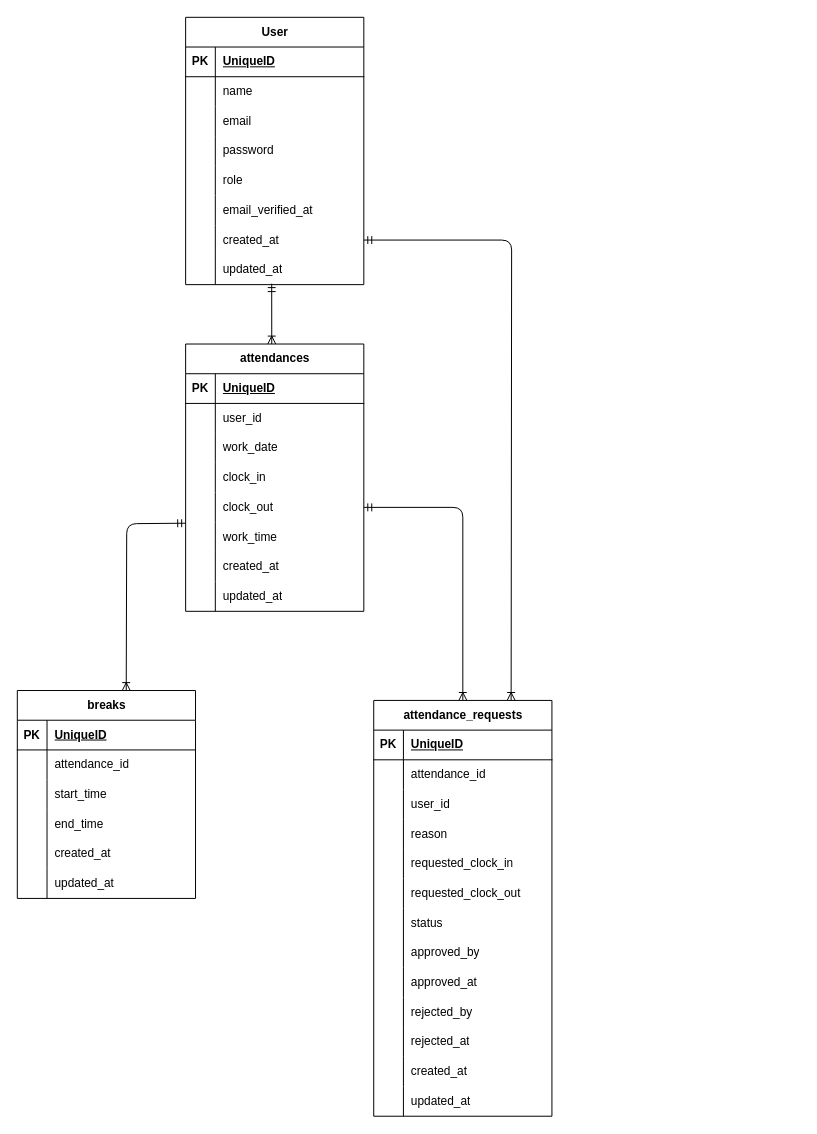
The draw.io diagram attendance.drawio in yuri-tomabechi/attendance-app, before the edit. Source tidied: cells renumbered, new cells numbered last; positions are measured from the earlier drawing's top-left corner, leaving out a move shared by most shapes. Both pictures are drawn from the tidied source at 99%, with x=0, y=0 at pixel (17, 17).
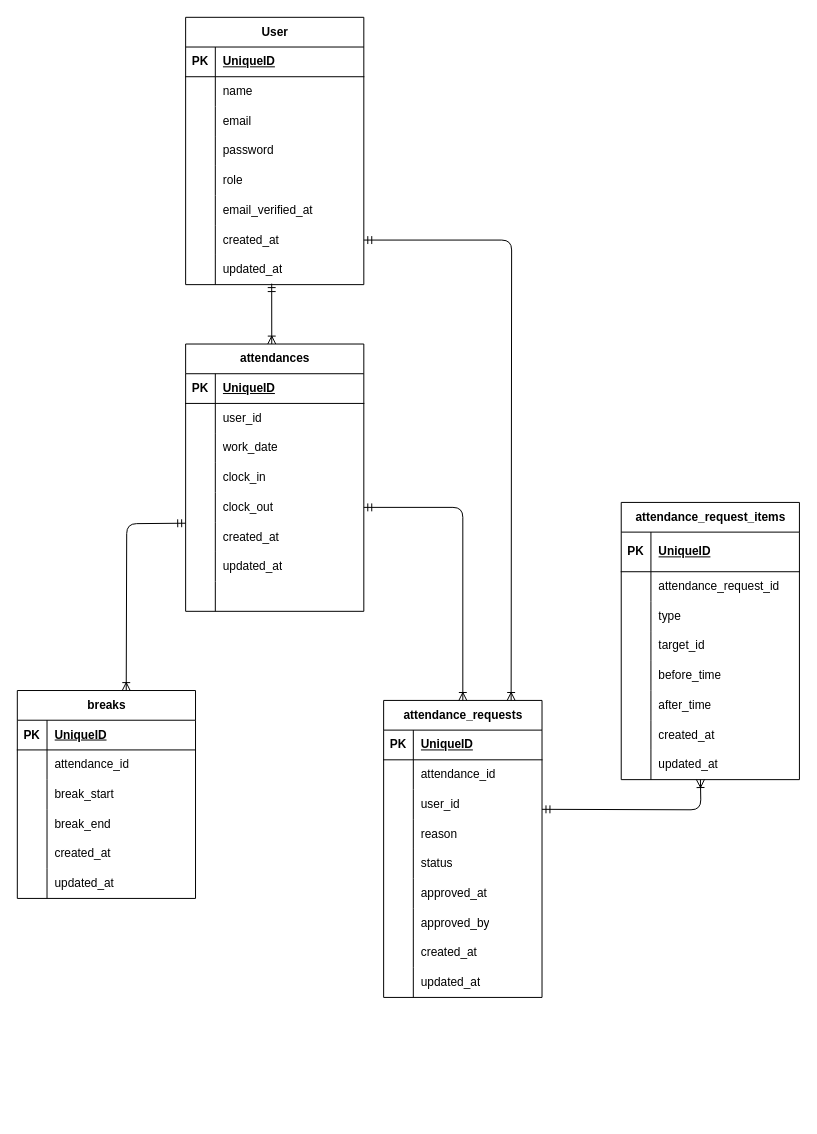
After the change.

Unchanged cells that the change refers to:
```xml
<mxCell id="40" style="shape=tableRow;horizontal=0;startSize=0;swimlaneHead=0;swimlaneBody=0;fillColor=none;points=[[0,0.5],[1,0.5]];portConstraint=eastwest;top=0;left=0;right=0;bottom=0;" parent="27" vertex="1">
  <mxGeometry y="150" width="180" height="30" as="geometry" />
</mxCell>
<mxCell id="43" style="shape=tableRow;horizontal=0;startSize=0;swimlaneHead=0;swimlaneBody=0;fillColor=none;top=0;left=0;right=0;bottom=0;" parent="27" vertex="1">
  <mxGeometry y="180" width="180" height="30" as="geometry" />
</mxCell>
<mxCell id="46" style="shape=tableRow;horizontal=0;startSize=0;swimlaneHead=0;swimlaneBody=0;fillColor=none;top=0;left=0;right=0;bottom=0;" parent="27" vertex="1">
  <mxGeometry y="210" width="180" height="30" as="geometry" />
</mxCell>
<mxCell id="49" style="shape=tableRow;horizontal=0;startSize=0;swimlaneHead=0;swimlaneBody=0;fillColor=none;top=0;left=0;right=0;bottom=0;" parent="27" vertex="1">
  <mxGeometry y="240" width="180" height="30" as="geometry" />
</mxCell>
<mxCell id="59" style="shape=tableRow;horizontal=0;startSize=0;swimlaneHead=0;swimlaneBody=0;fillColor=none;top=0;left=0;right=0;bottom=0;" parent="52" vertex="1">
  <mxGeometry y="90" width="180" height="30" as="geometry" />
</mxCell>
<mxCell id="62" style="shape=tableRow;horizontal=0;startSize=0;swimlaneHead=0;swimlaneBody=0;fillColor=none;top=0;left=0;right=0;bottom=0;" parent="52" vertex="1">
  <mxGeometry y="120" width="180" height="30" as="geometry" />
</mxCell>
```

Change to the diagram source:
```diff
@@
-    <mxCell id="45" value="work_time" style="shape=partialRectangle;fillColor=none;top=0;left=0;bottom=0;right=0;align=left;spacingLeft=6;overflow=hidden;whiteSpace=wrap;html=1;" parent="43" vertex="1">
+    <mxCell id="45" value="created_at" style="shape=partialRectangle;fillColor=none;top=0;left=0;bottom=0;right=0;align=left;spacingLeft=6;overflow=hidden;whiteSpace=wrap;html=1;" parent="43" vertex="1">
       <mxGeometry x="30" width="150" height="30" as="geometry" />
     </mxCell>
@@
-    <mxCell id="48" value="created_at" style="shape=partialRectangle;fillColor=none;top=0;left=0;bottom=0;right=0;align=left;spacingLeft=6;overflow=hidden;whiteSpace=wrap;html=1;" parent="46" vertex="1">
+    <mxCell id="48" value="updated_at" style="shape=partialRectangle;fillColor=none;top=0;left=0;bottom=0;right=0;align=left;spacingLeft=6;overflow=hidden;whiteSpace=wrap;html=1;" parent="46" vertex="1">
       <mxGeometry x="30" width="150" height="30" as="geometry" />
     </mxCell>
@@
-    <mxCell id="51" value="updated_at" style="shape=partialRectangle;fillColor=none;top=0;left=0;bottom=0;right=0;align=left;spacingLeft=6;overflow=hidden;whiteSpace=wrap;html=1;" parent="49" vertex="1">
+    <mxCell id="51" style="shape=partialRectangle;fillColor=none;top=0;left=0;bottom=0;right=0;align=left;spacingLeft=6;overflow=hidden;whiteSpace=wrap;html=1;" parent="49" vertex="1">
       <mxGeometry x="30" width="150" height="30" as="geometry" />
     </mxCell>
@@
-    <mxCell id="61" value="start_time" style="shape=partialRectangle;fillColor=none;top=0;left=0;bottom=0;right=0;align=left;spacingLeft=6;overflow=hidden;whiteSpace=wrap;html=1;" parent="59" vertex="1">
+    <mxCell id="61" value="break_start" style="shape=partialRectangle;fillColor=none;top=0;left=0;bottom=0;right=0;align=left;spacingLeft=6;overflow=hidden;whiteSpace=wrap;html=1;" parent="59" vertex="1">
       <mxGeometry x="30" width="150" height="30" as="geometry" />
     </mxCell>
@@
-    <mxCell id="64" value="end_time" style="shape=partialRectangle;fillColor=none;top=0;left=0;bottom=0;right=0;align=left;spacingLeft=6;overflow=hidden;whiteSpace=wrap;html=1;" parent="62" vertex="1">
+    <mxCell id="64" value="break_end" style="shape=partialRectangle;fillColor=none;top=0;left=0;bottom=0;right=0;align=left;spacingLeft=6;overflow=hidden;whiteSpace=wrap;html=1;" parent="62" vertex="1">
       <mxGeometry x="30" width="150" height="30" as="geometry" />
     </mxCell>
@@
     <mxCell id="71" value="attendance_requests" style="shape=table;startSize=30;childLayout=tableLayout;rowLines=0;fontStyle=1;align=center;html=1;" parent="1" vertex="1">
-      <mxGeometry x="360" y="690" width="180" height="420" as="geometry" />
+      <mxGeometry x="370" y="690" width="160" height="300" as="geometry" />
     </mxCell>
     <mxCell id="72" style="shape=tableRow;horizontal=0;startSize=0;swimlaneHead=0;swimlaneBody=0;fillColor=none;top=0;left=0;right=0;bottom=1;" parent="71" vertex="1">
-      <mxGeometry y="30" width="180" height="30" as="geometry" />
+      <mxGeometry y="30" width="160" height="30" as="geometry" />
     </mxCell>
@@
     <mxCell id="74" value="UniqueID" style="shape=partialRectangle;fillColor=none;top=0;left=0;bottom=0;right=0;align=left;spacingLeft=6;fontStyle=5;overflow=hidden;whiteSpace=wrap;html=1;" parent="72" vertex="1">
-      <mxGeometry x="30" width="150" height="30" as="geometry" />
+      <mxGeometry x="30" width="130" height="30" as="geometry" />
     </mxCell>
     <mxCell id="75" style="shape=tableRow;horizontal=0;startSize=0;swimlaneHead=0;swimlaneBody=0;fillColor=none;top=0;left=0;right=0;bottom=0;" parent="71" vertex="1">
-      <mxGeometry y="60" width="180" height="30" as="geometry" />
+      <mxGeometry y="60" width="160" height="30" as="geometry" />
     </mxCell>
@@
     <mxCell id="77" value="attendance_id" style="shape=partialRectangle;fillColor=none;top=0;left=0;bottom=0;right=0;align=left;spacingLeft=6;overflow=hidden;whiteSpace=wrap;html=1;" parent="75" vertex="1">
-      <mxGeometry x="30" width="150" height="30" as="geometry" />
+      <mxGeometry x="30" width="130" height="30" as="geometry" />
     </mxCell>
     <mxCell id="78" style="shape=tableRow;horizontal=0;startSize=0;swimlaneHead=0;swimlaneBody=0;fillColor=none;top=0;left=0;right=0;bottom=0;" parent="71" vertex="1">
-      <mxGeometry y="90" width="180" height="30" as="geometry" />
+      <mxGeometry y="90" width="160" height="30" as="geometry" />
     </mxCell>
@@
     <mxCell id="80" value="user_id" style="shape=partialRectangle;fillColor=none;top=0;left=0;bottom=0;right=0;align=left;spacingLeft=6;overflow=hidden;whiteSpace=wrap;html=1;" parent="78" vertex="1">
-      <mxGeometry x="30" width="150" height="30" as="geometry" />
+      <mxGeometry x="30" width="130" height="30" as="geometry" />
     </mxCell>
     <mxCell id="81" style="shape=tableRow;horizontal=0;startSize=0;swimlaneHead=0;swimlaneBody=0;fillColor=none;top=0;left=0;right=0;bottom=0;" parent="71" vertex="1">
-      <mxGeometry y="120" width="180" height="30" as="geometry" />
+      <mxGeometry y="120" width="160" height="30" as="geometry" />
     </mxCell>
@@
     <mxCell id="83" value="reason" style="shape=partialRectangle;fillColor=none;top=0;left=0;bottom=0;right=0;align=left;spacingLeft=6;overflow=hidden;whiteSpace=wrap;html=1;" parent="81" vertex="1">
-      <mxGeometry x="30" width="150" height="30" as="geometry" />
+      <mxGeometry x="30" width="130" height="30" as="geometry" />
     </mxCell>
     <mxCell id="84" style="shape=tableRow;horizontal=0;startSize=0;swimlaneHead=0;swimlaneBody=0;fillColor=none;top=0;left=0;right=0;bottom=0;" parent="71" vertex="1">
-      <mxGeometry y="150" width="180" height="30" as="geometry" />
+      <mxGeometry y="150" width="160" height="30" as="geometry" />
     </mxCell>
@@
-    <mxCell id="86" value="requested_clock_in" style="shape=partialRectangle;fillColor=none;top=0;left=0;bottom=0;right=0;align=left;spacingLeft=6;overflow=hidden;whiteSpace=wrap;html=1;" parent="84" vertex="1">
-      <mxGeometry x="30" width="150" height="30" as="geometry" />
+    <mxCell id="86" value="status" style="shape=partialRectangle;fillColor=none;top=0;left=0;bottom=0;right=0;align=left;spacingLeft=6;overflow=hidden;whiteSpace=wrap;html=1;" parent="84" vertex="1">
+      <mxGeometry x="30" width="130" height="30" as="geometry" />
     </mxCell>
     <mxCell id="87" style="shape=tableRow;horizontal=0;startSize=0;swimlaneHead=0;swimlaneBody=0;fillColor=none;top=0;left=0;right=0;bottom=0;" parent="71" vertex="1">
-      <mxGeometry y="180" width="180" height="30" as="geometry" />
+      <mxGeometry y="180" width="160" height="30" as="geometry" />
     </mxCell>
@@
-    <mxCell id="89" value="requested_clock_out" style="shape=partialRectangle;fillColor=none;top=0;left=0;bottom=0;right=0;align=left;spacingLeft=6;overflow=hidden;whiteSpace=wrap;html=1;" parent="87" vertex="1">
-      <mxGeometry x="30" width="150" height="30" as="geometry" />
+    <mxCell id="89" value="approved_at" style="shape=partialRectangle;fillColor=none;top=0;left=0;bottom=0;right=0;align=left;spacingLeft=6;overflow=hidden;whiteSpace=wrap;html=1;" parent="87" vertex="1">
+      <mxGeometry x="30" width="130" height="30" as="geometry" />
     </mxCell>
     <mxCell id="90" style="shape=tableRow;horizontal=0;startSize=0;swimlaneHead=0;swimlaneBody=0;fillColor=none;top=0;left=0;right=0;bottom=0;" parent="71" vertex="1">
-      <mxGeometry y="210" width="180" height="30" as="geometry" />
+      <mxGeometry y="210" width="160" height="30" as="geometry" />
     </mxCell>
@@
-    <mxCell id="92" value="status" style="shape=partialRectangle;fillColor=none;top=0;left=0;bottom=0;right=0;align=left;spacingLeft=6;overflow=hidden;whiteSpace=wrap;html=1;" parent="90" vertex="1">
-      <mxGeometry x="30" width="150" height="30" as="geometry" />
+    <mxCell id="92" value="approved_by" style="shape=partialRectangle;fillColor=none;top=0;left=0;bottom=0;right=0;align=left;spacingLeft=6;overflow=hidden;whiteSpace=wrap;html=1;" parent="90" vertex="1">
+      <mxGeometry x="30" width="130" height="30" as="geometry" />
     </mxCell>
     <mxCell id="93" style="shape=tableRow;horizontal=0;startSize=0;swimlaneHead=0;swimlaneBody=0;fillColor=none;top=0;left=0;right=0;bottom=0;" parent="71" vertex="1">
-      <mxGeometry y="240" width="180" height="30" as="geometry" />
+      <mxGeometry y="240" width="160" height="30" as="geometry" />
     </mxCell>
@@
-    <mxCell id="95" value="approved_by" style="shape=partialRectangle;fillColor=none;top=0;left=0;bottom=0;right=0;align=left;spacingLeft=6;overflow=hidden;whiteSpace=wrap;html=1;" parent="93" vertex="1">
-      <mxGeometry x="30" width="150" height="30" as="geometry" />
+    <mxCell id="95" value="created_at" style="shape=partialRectangle;fillColor=none;top=0;left=0;bottom=0;right=0;align=left;spacingLeft=6;overflow=hidden;whiteSpace=wrap;html=1;" parent="93" vertex="1">
+      <mxGeometry x="30" width="130" height="30" as="geometry" />
     </mxCell>
     <mxCell id="96" style="shape=tableRow;horizontal=0;startSize=0;swimlaneHead=0;swimlaneBody=0;fillColor=none;top=0;left=0;right=0;bottom=0;" parent="71" vertex="1">
-      <mxGeometry y="270" width="180" height="30" as="geometry" />
+      <mxGeometry y="270" width="160" height="30" as="geometry" />
     </mxCell>
@@
-    <mxCell id="98" value="approved_at" style="shape=partialRectangle;fillColor=none;top=0;left=0;bottom=0;right=0;align=left;spacingLeft=6;overflow=hidden;whiteSpace=wrap;html=1;" parent="96" vertex="1">
-      <mxGeometry x="30" width="150" height="30" as="geometry" />
+    <mxCell id="98" value="updated_at" style="shape=partialRectangle;fillColor=none;top=0;left=0;bottom=0;right=0;align=left;spacingLeft=6;overflow=hidden;whiteSpace=wrap;html=1;" parent="96" vertex="1">
+      <mxGeometry x="30" width="130" height="30" as="geometry" />
     </mxCell>
-    <mxCell id="99" style="shape=tableRow;horizontal=0;startSize=0;swimlaneHead=0;swimlaneBody=0;fillColor=none;top=0;left=0;right=0;bottom=0;" parent="71" vertex="1">
-      <mxGeometry y="300" width="180" height="30" as="geometry" />
-    </mxCell>
-    <mxCell id="100" style="shape=partialRectangle;fillColor=none;top=0;left=0;bottom=0;right=0;overflow=hidden;whiteSpace=wrap;html=1;" parent="99" vertex="1">
-      <mxGeometry width="30" height="30" as="geometry" />
-    </mxCell>
-    <mxCell id="101" value="rejected_by" style="shape=partialRectangle;fillColor=none;top=0;left=0;bottom=0;right=0;align=left;spacingLeft=6;overflow=hidden;whiteSpace=wrap;html=1;" parent="99" vertex="1">
-      <mxGeometry x="30" width="150" height="30" as="geometry" />
-    </mxCell>
-    <mxCell id="102" style="shape=tableRow;horizontal=0;startSize=0;swimlaneHead=0;swimlaneBody=0;fillColor=none;top=0;left=0;right=0;bottom=0;" parent="71" vertex="1">
-      <mxGeometry y="330" width="180" height="30" as="geometry" />
-    </mxCell>
-    <mxCell id="103" style="shape=partialRectangle;fillColor=none;top=0;left=0;bottom=0;right=0;overflow=hidden;whiteSpace=wrap;html=1;" parent="102" vertex="1">
-      <mxGeometry width="30" height="30" as="geometry" />
-    </mxCell>
-    <mxCell id="104" value="rejected_at" style="shape=partialRectangle;fillColor=none;top=0;left=0;bottom=0;right=0;align=left;spacingLeft=6;overflow=hidden;whiteSpace=wrap;html=1;" parent="102" vertex="1">
-      <mxGeometry x="30" width="150" height="30" as="geometry" />
-    </mxCell>
-    <mxCell id="105" style="shape=tableRow;horizontal=0;startSize=0;swimlaneHead=0;swimlaneBody=0;fillColor=none;top=0;left=0;right=0;bottom=0;" parent="71" vertex="1">
-      <mxGeometry y="360" width="180" height="30" as="geometry" />
-    </mxCell>
-    <mxCell id="106" style="shape=partialRectangle;fillColor=none;top=0;left=0;bottom=0;right=0;overflow=hidden;whiteSpace=wrap;html=1;" parent="105" vertex="1">
-      <mxGeometry width="30" height="30" as="geometry" />
-    </mxCell>
-    <mxCell id="107" value="created_at" style="shape=partialRectangle;fillColor=none;top=0;left=0;bottom=0;right=0;align=left;spacingLeft=6;overflow=hidden;whiteSpace=wrap;html=1;" parent="105" vertex="1">
-      <mxGeometry x="30" width="150" height="30" as="geometry" />
-    </mxCell>
-    <mxCell id="108" style="shape=tableRow;horizontal=0;startSize=0;swimlaneHead=0;swimlaneBody=0;fillColor=none;top=0;left=0;right=0;bottom=0;" parent="71" vertex="1">
-      <mxGeometry y="390" width="180" height="30" as="geometry" />
-    </mxCell>
-    <mxCell id="109" style="shape=partialRectangle;fillColor=none;top=0;left=0;bottom=0;right=0;overflow=hidden;whiteSpace=wrap;html=1;" parent="108" vertex="1">
-      <mxGeometry width="30" height="30" as="geometry" />
-    </mxCell>
-    <mxCell id="110" value="updated_at" style="shape=partialRectangle;fillColor=none;top=0;left=0;bottom=0;right=0;align=left;spacingLeft=6;overflow=hidden;whiteSpace=wrap;html=1;" parent="108" vertex="1">
-      <mxGeometry x="30" width="150" height="30" as="geometry" />
-    </mxCell>
@@
     <mxCell id="112" style="edgeStyle=orthogonalEdgeStyle;fontSize=12;html=1;endArrow=ERoneToMany;startArrow=ERmandOne;exitX=1;exitY=0.5;exitDx=0;exitDy=0;" parent="1" edge="1" source="40" target="71">
-      <mxGeometry relative="1" as="geometry" />
+      <mxGeometry relative="1" as="geometry">
+        <Array as="points">
+          <mxPoint x="450" y="495" />
+        </Array>
+      </mxGeometry>
     </mxCell>
@@
+    <mxCell id="115" value="attendance_request_items" style="shape=table;startSize=30;childLayout=tableLayout;rowLines=0;fontStyle=1;align=center;html=1;" parent="1" vertex="1">
+      <mxGeometry x="610" y="490" width="180" height="280" as="geometry" />
+    </mxCell>
+    <mxCell id="116" style="shape=tableRow;horizontal=0;startSize=0;swimlaneHead=0;swimlaneBody=0;fillColor=none;top=0;left=0;right=0;bottom=1;" parent="115" vertex="1">
+      <mxGeometry y="30" width="180" height="40" as="geometry" />
+    </mxCell>
+    <mxCell id="117" value="PK" style="shape=partialRectangle;fillColor=none;top=0;left=0;bottom=0;right=0;fontStyle=1;overflow=hidden;whiteSpace=wrap;html=1;" parent="116" vertex="1">
+      <mxGeometry width="30" height="40" as="geometry" />
+    </mxCell>
+    <mxCell id="118" value="UniqueID" style="shape=partialRectangle;fillColor=none;top=0;left=0;bottom=0;right=0;align=left;spacingLeft=6;fontStyle=5;overflow=hidden;whiteSpace=wrap;html=1;" parent="116" vertex="1">
+      <mxGeometry x="30" width="150" height="40" as="geometry" />
+    </mxCell>
+    <mxCell id="119" style="shape=tableRow;horizontal=0;startSize=0;swimlaneHead=0;swimlaneBody=0;fillColor=none;top=0;left=0;right=0;bottom=0;" parent="115" vertex="1">
+      <mxGeometry y="70" width="180" height="30" as="geometry" />
+    </mxCell>
+    <mxCell id="120" style="shape=partialRectangle;fillColor=none;top=0;left=0;bottom=0;right=0;overflow=hidden;whiteSpace=wrap;html=1;" parent="119" vertex="1">
+      <mxGeometry width="30" height="30" as="geometry" />
+    </mxCell>
+    <mxCell id="121" value="attendance_request_id" style="shape=partialRectangle;fillColor=none;top=0;left=0;bottom=0;right=0;align=left;spacingLeft=6;overflow=hidden;whiteSpace=wrap;html=1;" parent="119" vertex="1">
+      <mxGeometry x="30" width="150" height="30" as="geometry" />
+    </mxCell>
+    <mxCell id="122" style="shape=tableRow;horizontal=0;startSize=0;swimlaneHead=0;swimlaneBody=0;fillColor=none;top=0;left=0;right=0;bottom=0;" parent="115" vertex="1">
+      <mxGeometry y="100" width="180" height="30" as="geometry" />
+    </mxCell>
+    <mxCell id="123" style="shape=partialRectangle;fillColor=none;top=0;left=0;bottom=0;right=0;overflow=hidden;whiteSpace=wrap;html=1;" parent="122" vertex="1">
+      <mxGeometry width="30" height="30" as="geometry" />
+    </mxCell>
+    <mxCell id="124" value="type" style="shape=partialRectangle;fillColor=none;top=0;left=0;bottom=0;right=0;align=left;spacingLeft=6;overflow=hidden;whiteSpace=wrap;html=1;" parent="122" vertex="1">
+      <mxGeometry x="30" width="150" height="30" as="geometry" />
+    </mxCell>
+    <mxCell id="125" style="shape=tableRow;horizontal=0;startSize=0;swimlaneHead=0;swimlaneBody=0;fillColor=none;top=0;left=0;right=0;bottom=0;" parent="115" vertex="1">
+      <mxGeometry y="130" width="180" height="30" as="geometry" />
+    </mxCell>
+    <mxCell id="126" style="shape=partialRectangle;fillColor=none;top=0;left=0;bottom=0;right=0;overflow=hidden;whiteSpace=wrap;html=1;" parent="125" vertex="1">
+      <mxGeometry width="30" height="30" as="geometry" />
+    </mxCell>
+    <mxCell id="127" value="target_id" style="shape=partialRectangle;fillColor=none;top=0;left=0;bottom=0;right=0;align=left;spacingLeft=6;overflow=hidden;whiteSpace=wrap;html=1;" parent="125" vertex="1">
+      <mxGeometry x="30" width="150" height="30" as="geometry" />
+    </mxCell>
+    <mxCell id="128" style="shape=tableRow;horizontal=0;startSize=0;swimlaneHead=0;swimlaneBody=0;fillColor=none;top=0;left=0;right=0;bottom=0;" parent="115" vertex="1">
+      <mxGeometry y="160" width="180" height="30" as="geometry" />
+    </mxCell>
+    <mxCell id="129" style="shape=partialRectangle;fillColor=none;top=0;left=0;bottom=0;right=0;overflow=hidden;whiteSpace=wrap;html=1;" parent="128" vertex="1">
+      <mxGeometry width="30" height="30" as="geometry" />
+    </mxCell>
+    <mxCell id="130" value="before_time" style="shape=partialRectangle;fillColor=none;top=0;left=0;bottom=0;right=0;align=left;spacingLeft=6;overflow=hidden;whiteSpace=wrap;html=1;" parent="128" vertex="1">
+      <mxGeometry x="30" width="150" height="30" as="geometry" />
+    </mxCell>
+    <mxCell id="131" style="shape=tableRow;horizontal=0;startSize=0;swimlaneHead=0;swimlaneBody=0;fillColor=none;top=0;left=0;right=0;bottom=0;" parent="115" vertex="1">
+      <mxGeometry y="190" width="180" height="30" as="geometry" />
+    </mxCell>
+    <mxCell id="132" style="shape=partialRectangle;fillColor=none;top=0;left=0;bottom=0;right=0;overflow=hidden;whiteSpace=wrap;html=1;" parent="131" vertex="1">
+      <mxGeometry width="30" height="30" as="geometry" />
+    </mxCell>
+    <mxCell id="133" value="after_time" style="shape=partialRectangle;fillColor=none;top=0;left=0;bottom=0;right=0;align=left;spacingLeft=6;overflow=hidden;whiteSpace=wrap;html=1;" parent="131" vertex="1">
+      <mxGeometry x="30" width="150" height="30" as="geometry" />
+    </mxCell>
+    <mxCell id="134" style="shape=tableRow;horizontal=0;startSize=0;swimlaneHead=0;swimlaneBody=0;fillColor=none;top=0;left=0;right=0;bottom=0;" parent="115" vertex="1">
+      <mxGeometry y="220" width="180" height="30" as="geometry" />
+    </mxCell>
+    <mxCell id="135" style="shape=partialRectangle;fillColor=none;top=0;left=0;bottom=0;right=0;overflow=hidden;whiteSpace=wrap;html=1;" parent="134" vertex="1">
+      <mxGeometry width="30" height="30" as="geometry" />
+    </mxCell>
+    <mxCell id="107" value="created_at" style="shape=partialRectangle;fillColor=none;top=0;left=0;bottom=0;right=0;align=left;spacingLeft=6;overflow=hidden;whiteSpace=wrap;html=1;" parent="134" vertex="1">
+      <mxGeometry x="30" width="150" height="30" as="geometry" />
+    </mxCell>
+    <mxCell id="136" style="shape=tableRow;horizontal=0;startSize=0;swimlaneHead=0;swimlaneBody=0;fillColor=none;top=0;left=0;right=0;bottom=0;" parent="115" vertex="1">
+      <mxGeometry y="250" width="180" height="30" as="geometry" />
+    </mxCell>
+    <mxCell id="137" style="shape=partialRectangle;fillColor=none;top=0;left=0;bottom=0;right=0;overflow=hidden;whiteSpace=wrap;html=1;" parent="136" vertex="1">
+      <mxGeometry width="30" height="30" as="geometry" />
+    </mxCell>
+    <mxCell id="110" value="updated_at" style="shape=partialRectangle;fillColor=none;top=0;left=0;bottom=0;right=0;align=left;spacingLeft=6;overflow=hidden;whiteSpace=wrap;html=1;" parent="136" vertex="1">
+      <mxGeometry x="30" width="150" height="30" as="geometry" />
+    </mxCell>
+    <mxCell id="138" style="edgeStyle=orthogonalEdgeStyle;fontSize=12;html=1;endArrow=ERoneToMany;startArrow=ERmandOne;exitX=1;exitY=0.5;exitDx=0;exitDy=0;" parent="1" edge="1">
+      <mxGeometry relative="1" as="geometry">
+        <mxPoint x="530" y="800" as="sourcePoint" />
+        <mxPoint x="690" y="770" as="targetPoint" />
+      </mxGeometry>
+    </mxCell>
```
